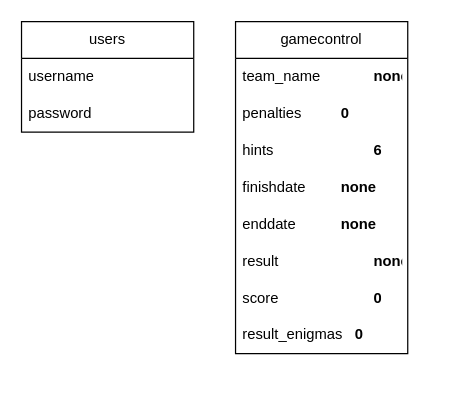
Above: Docs/Diagrams/DiagramDB.drawio in Nolan-BY/EscapeGame (draw.io), before the change. Source tidied: cells renumbered, new cells numbered last; positions are measured from the earlier drawing's top-left corner, leaving out a move shared by most shapes. Both pictures are drawn from the tidied source at 123%, with x=0, y=0 at pixel (21, 21).
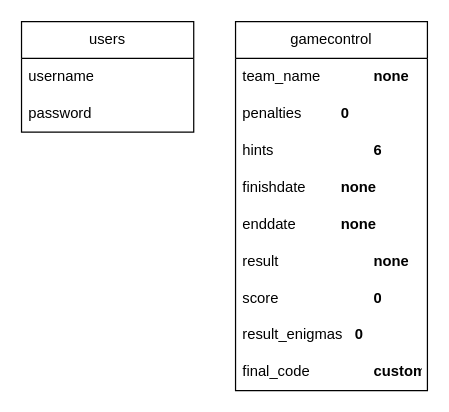
The same page after the edit.

The edit, as a diff of the source:
```diff
@@
 <mxGraphModel>
   <root>
     <mxCell id="0" />
     <mxCell id="1" parent="0" />
     <mxCell id="2" value="users" style="swimlane;fontStyle=0;horizontal=1;startSize=30;whiteSpace=wrap;html=1;" parent="1" vertex="1">
       <mxGeometry width="140" height="90" as="geometry" />
     </mxCell>
     <mxCell id="3" value="username" style="text;strokeColor=none;fillColor=none;align=left;verticalAlign=middle;spacingLeft=4;spacingRight=4;overflow=hidden;whiteSpace=wrap;html=1;" parent="2" vertex="1">
       <mxGeometry y="30" width="140" height="30" as="geometry" />
     </mxCell>
     <mxCell id="4" value="password" style="text;strokeColor=none;fillColor=none;align=left;verticalAlign=middle;spacingLeft=4;spacingRight=4;overflow=hidden;whiteSpace=wrap;html=1;" parent="2" vertex="1">
       <mxGeometry y="60" width="140" height="30" as="geometry" />
     </mxCell>
     <mxCell id="5" value="gamecontrol" style="swimlane;fontStyle=0;horizontal=1;startSize=30;whiteSpace=wrap;html=1;" parent="1" vertex="1">
-      <mxGeometry x="174" width="140" height="270" as="geometry" />
+      <mxGeometry x="174" width="156" height="300" as="geometry" />
     </mxCell>
     <mxCell id="6" value="team_name&lt;span style=&quot;white-space: pre;&quot;&gt;&#9;&lt;/span&gt;&lt;span style=&quot;white-space: pre;&quot;&gt;&#9;&lt;/span&gt;&lt;b&gt;none&lt;/b&gt;" style="text;strokeColor=none;fillColor=none;align=left;verticalAlign=middle;spacingLeft=4;spacingRight=4;overflow=hidden;whiteSpace=wrap;html=1;" parent="5" vertex="1">
-      <mxGeometry y="30" width="140" height="30" as="geometry" />
+      <mxGeometry y="30" width="156" height="30" as="geometry" />
     </mxCell>
     <mxCell id="7" value="penalties&lt;span style=&quot;white-space: pre;&quot;&gt;&#9;&lt;/span&gt;&lt;span style=&quot;white-space: pre;&quot;&gt;&#9;&lt;/span&gt;&lt;b&gt;0&lt;/b&gt;" style="text;strokeColor=none;fillColor=none;align=left;verticalAlign=middle;spacingLeft=4;spacingRight=4;overflow=hidden;whiteSpace=wrap;html=1;" parent="5" vertex="1">
-      <mxGeometry y="60" width="140" height="30" as="geometry" />
+      <mxGeometry y="60" width="156" height="30" as="geometry" />
     </mxCell>
     <mxCell id="8" value="hints&lt;span style=&quot;white-space: pre;&quot;&gt;&#9;&lt;/span&gt;&lt;span style=&quot;white-space: pre;&quot;&gt;&#9;&lt;/span&gt;&lt;span style=&quot;white-space: pre;&quot;&gt;&#9;&lt;/span&gt;&lt;b&gt;6&lt;/b&gt;" style="text;strokeColor=none;fillColor=none;align=left;verticalAlign=middle;spacingLeft=4;spacingRight=4;overflow=hidden;whiteSpace=wrap;html=1;" parent="5" vertex="1">
-      <mxGeometry y="90" width="140" height="30" as="geometry" />
+      <mxGeometry y="90" width="156" height="30" as="geometry" />
     </mxCell>
     <mxCell id="9" value="finishdate&lt;span style=&quot;white-space: pre;&quot;&gt;&#9;&lt;/span&gt;&lt;span style=&quot;white-space: pre;&quot;&gt;&#9;&lt;/span&gt;&lt;b&gt;none&lt;/b&gt;" style="text;strokeColor=none;fillColor=none;align=left;verticalAlign=middle;spacingLeft=4;spacingRight=4;overflow=hidden;whiteSpace=wrap;html=1;" parent="5" vertex="1">
-      <mxGeometry y="120" width="140" height="30" as="geometry" />
+      <mxGeometry y="120" width="156" height="30" as="geometry" />
     </mxCell>
     <mxCell id="10" value="enddate&lt;span style=&quot;white-space: pre;&quot;&gt;&#9;&lt;/span&gt;&lt;span style=&quot;white-space: pre;&quot;&gt;&#9;&lt;/span&gt;&lt;b&gt;none&lt;/b&gt;" style="text;strokeColor=none;fillColor=none;align=left;verticalAlign=middle;spacingLeft=4;spacingRight=4;overflow=hidden;whiteSpace=wrap;html=1;" parent="5" vertex="1">
-      <mxGeometry y="150" width="140" height="30" as="geometry" />
+      <mxGeometry y="150" width="156" height="30" as="geometry" />
     </mxCell>
     <mxCell id="11" value="result&lt;span style=&quot;white-space: pre;&quot;&gt;&#9;&lt;/span&gt;&lt;span style=&quot;white-space: pre;&quot;&gt;&#9;&lt;/span&gt;&lt;span style=&quot;white-space: pre;&quot;&gt;&#9;&lt;/span&gt;&lt;b&gt;none&lt;/b&gt;" style="text;strokeColor=none;fillColor=none;align=left;verticalAlign=middle;spacingLeft=4;spacingRight=4;overflow=hidden;whiteSpace=wrap;html=1;" parent="5" vertex="1">
-      <mxGeometry y="180" width="140" height="30" as="geometry" />
+      <mxGeometry y="180" width="156" height="30" as="geometry" />
     </mxCell>
     <mxCell id="12" value="score&lt;span style=&quot;white-space: pre;&quot;&gt;&#9;&lt;/span&gt;&lt;span style=&quot;white-space: pre;&quot;&gt;&#9;&lt;/span&gt;&lt;span style=&quot;white-space: pre;&quot;&gt;&#9;&lt;/span&gt;&lt;b&gt;0&lt;/b&gt;" style="text;strokeColor=none;fillColor=none;align=left;verticalAlign=middle;spacingLeft=4;spacingRight=4;overflow=hidden;whiteSpace=wrap;html=1;" parent="5" vertex="1">
-      <mxGeometry y="210" width="140" height="30" as="geometry" />
+      <mxGeometry y="210" width="156" height="30" as="geometry" />
     </mxCell>
     <mxCell id="13" value="result_enigmas&lt;span style=&quot;white-space: pre;&quot;&gt;   &lt;b&gt;0&lt;/b&gt;&#9;&lt;/span&gt;" style="text;strokeColor=none;fillColor=none;align=left;verticalAlign=middle;spacingLeft=4;spacingRight=4;overflow=hidden;whiteSpace=wrap;html=1;" parent="5" vertex="1">
-      <mxGeometry y="240" width="140" height="30" as="geometry" />
+      <mxGeometry y="240" width="156" height="30" as="geometry" />
     </mxCell>
+    <mxCell id="14" value="final_code&lt;span style=&quot;white-space: pre;&quot;&gt;&lt;span style=&quot;white-space: pre;&quot;&gt;&#9;&lt;/span&gt;&lt;span style=&quot;white-space: pre;&quot;&gt;&#9;&lt;/span&gt;&lt;b&gt;custom&lt;/b&gt;&lt;/span&gt;" style="text;strokeColor=none;fillColor=none;align=left;verticalAlign=middle;spacingLeft=4;spacingRight=4;overflow=hidden;whiteSpace=wrap;html=1;" parent="5" vertex="1">
+      <mxGeometry y="270" width="156" height="30" as="geometry" />
+    </mxCell>
   </root>
 </mxGraphModel>
```
